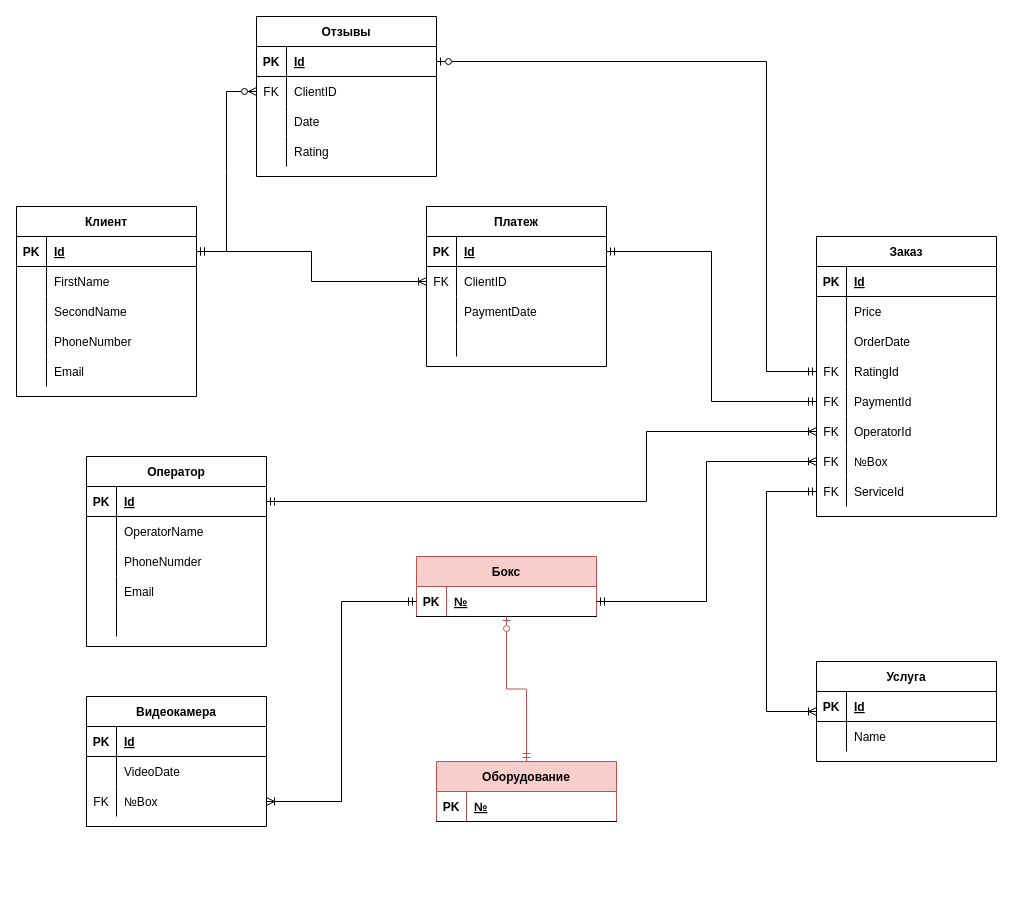
This is page "ERD" (3 of 4) of Diagram_1.drawio from vitaliyepikhin/Automated-Car-Wash, a draw.io file, before an edit. Source tidied: cells renumbered, new cells numbered last; positions are measured from the earlier drawing's top-left corner, leaving out a move shared by most shapes. Both pictures are drawn from the tidied source at 100%, with x=0, y=0 at pixel (16, 16).
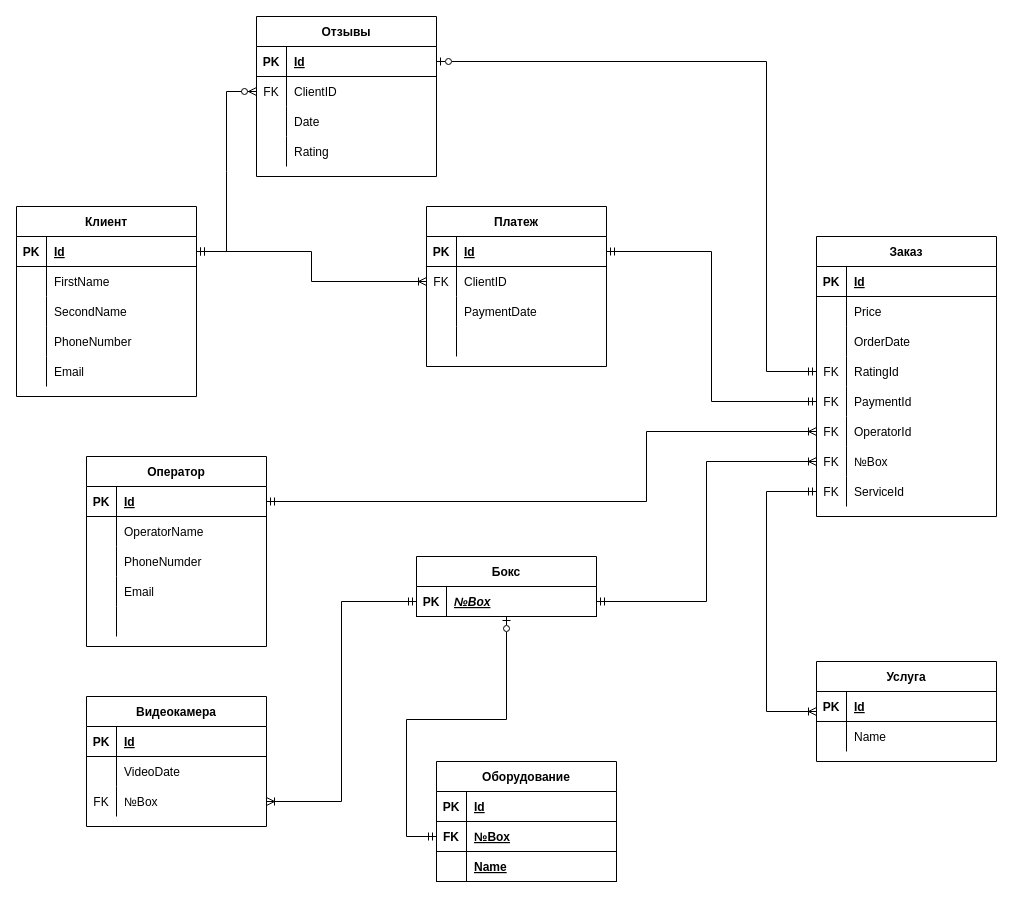
The same diagram, later.

The change refers to these unchanged cells:
```xml
<mxCell id="109" style="shape=partialRectangle;fillColor=none;top=0;left=0;bottom=1;right=0;points=[[0,0.5],[1,0.5]];portConstraint=eastwest;" parent="108" vertex="1">
  <mxGeometry y="30" width="180" height="30" as="geometry" />
</mxCell>
<mxCell id="115" style="shape=partialRectangle;fillColor=none;top=0;left=0;bottom=1;right=0;" parent="114" vertex="1">
  <mxGeometry y="30" width="180" height="30" as="geometry" />
</mxCell>
```

Change to the diagram source:
```diff
@@
-    <mxCell id="108" value="Бокс" style="shape=table;startSize=30;childLayout=tableLayout;rowLines=0;fontStyle=1;align=center;fillColor=#f8cecc;strokeColor=#b85450;" parent="1" vertex="1">
+    <mxCell id="108" value="Бокс" style="shape=table;startSize=30;childLayout=tableLayout;rowLines=0;fontStyle=1;align=center;fillColor=#FFFFFF;strokeColor=#000000;" parent="1" vertex="1">
       <mxGeometry x="400" y="540" width="180" height="60" as="geometry" />
     </mxCell>
@@
-    <mxCell id="111" value="№" style="shape=partialRectangle;fillColor=none;top=0;left=0;bottom=0;right=0;align=left;spacingLeft=6;fontStyle=5;overflow=hidden;" parent="109" vertex="1">
+    <mxCell id="111" value="№Box" style="shape=partialRectangle;fillColor=none;top=0;left=0;bottom=0;right=0;align=left;spacingLeft=6;fontStyle=7;overflow=hidden;" parent="109" vertex="1">
       <mxGeometry x="30" width="150" height="30" as="geometry" />
     </mxCell>
@@
-    <mxCell id="114" value="Оборудование" style="shape=table;startSize=30;childLayout=tableLayout;rowLines=0;fontStyle=1;align=center;fillColor=#f8cecc;strokeColor=#b85450;" parent="1" vertex="1">
-      <mxGeometry x="420" y="745" width="180" height="60" as="geometry" />
+    <mxCell id="114" value="Оборудование" style="shape=table;startSize=30;childLayout=tableLayout;rowLines=0;fontStyle=1;align=center;fillColor=#FFFFFF;strokeColor=#000000;" parent="1" vertex="1">
+      <mxGeometry x="420" y="745" width="180" height="120" as="geometry" />
     </mxCell>
@@
-    <mxCell id="117" value="№" style="shape=partialRectangle;fillColor=none;top=0;left=0;bottom=0;right=0;align=left;spacingLeft=6;fontStyle=5;overflow=hidden;" parent="115" vertex="1">
+    <mxCell id="117" value="Id" style="shape=partialRectangle;fillColor=none;top=0;left=0;bottom=0;right=0;align=left;spacingLeft=6;fontStyle=5;overflow=hidden;" parent="115" vertex="1">
       <mxGeometry x="30" width="150" height="30" as="geometry" />
     </mxCell>
+    <mxCell id="119" style="shape=partialRectangle;fillColor=none;top=0;left=0;bottom=1;right=0;points=[[0,0.5],[1,0.5]];portConstraint=eastwest;" parent="114" vertex="1">
+      <mxGeometry y="60" width="180" height="30" as="geometry" />
+    </mxCell>
+    <mxCell id="120" value="FK" style="shape=partialRectangle;fillColor=none;top=0;left=0;bottom=0;right=0;fontStyle=1;overflow=hidden;" parent="119" vertex="1">
+      <mxGeometry width="30" height="30" as="geometry" />
+    </mxCell>
+    <mxCell id="121" value="№Box" style="shape=partialRectangle;fillColor=none;top=0;left=0;bottom=0;right=0;align=left;spacingLeft=6;fontStyle=5;overflow=hidden;" parent="119" vertex="1">
+      <mxGeometry x="30" width="150" height="30" as="geometry" />
+    </mxCell>
+    <mxCell id="122" style="shape=partialRectangle;fillColor=none;top=0;left=0;bottom=1;right=0;" parent="114" vertex="1">
+      <mxGeometry y="90" width="180" height="30" as="geometry" />
+    </mxCell>
+    <mxCell id="123" style="shape=partialRectangle;fillColor=none;top=0;left=0;bottom=0;right=0;fontStyle=1;overflow=hidden;" parent="122" vertex="1">
+      <mxGeometry width="30" height="30" as="geometry" />
+    </mxCell>
+    <mxCell id="124" value="Name" style="shape=partialRectangle;fillColor=none;top=0;left=0;bottom=0;right=0;align=left;spacingLeft=6;fontStyle=5;overflow=hidden;" parent="122" vertex="1">
+      <mxGeometry x="30" width="150" height="30" as="geometry" />
+    </mxCell>
-    <mxCell id="118" style="edgeStyle=orthogonalEdgeStyle;fontSize=12;html=1;endArrow=ERmandOne;startArrow=ERzeroToOne;rounded=0;startFill=0;endFill=0;fillColor=#f8cecc;strokeColor=#b85450;" parent="1" edge="1" source="108" target="114">
-      <mxGeometry relative="1" as="geometry" />
+    <mxCell id="118" style="edgeStyle=orthogonalEdgeStyle;fontSize=12;html=1;endArrow=ERmandOne;startArrow=ERzeroToOne;rounded=0;startFill=0;endFill=0;fillColor=#f8cecc;strokeColor=#000000;entryX=0;entryY=0.5;entryDx=0;entryDy=0;" parent="1" edge="1" source="108" target="119">
+      <mxGeometry relative="1" as="geometry">
+        <Array as="points">
+          <mxPoint x="490" y="703" />
+          <mxPoint x="390" y="703" />
+          <mxPoint x="390" y="820" />
+        </Array>
+      </mxGeometry>
     </mxCell>
```
